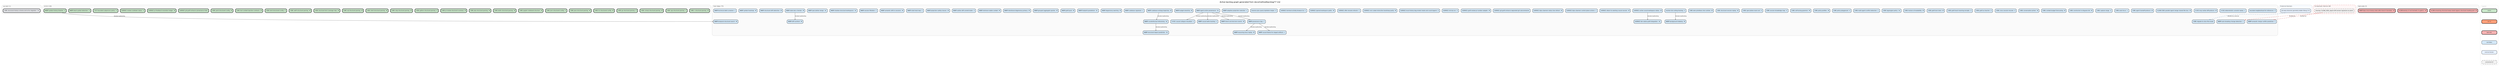
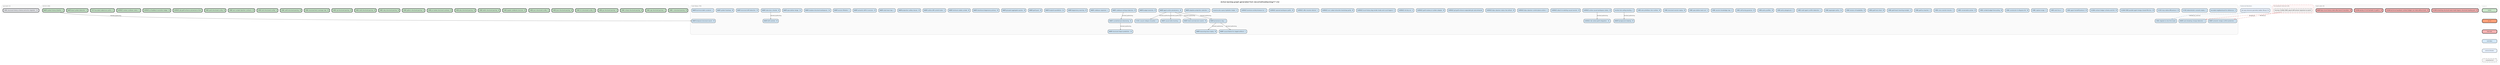
digraph backlog {
  rankdir=TB
  fontname="Helvetica"
  label="Active backlog graph generated from docs/method/backlog/*/*.md"
  labelloc=t
  fontsize=12
  node [shape=box style="rounded,filled" fontname="Helvetica" fontsize=8 margin="0.1,0.05" height=0.35]
  edge [color="#666666" arrowsize=0.5 fontname="Helvetica" fontsize=7]
  newrank=true
  ranksep=0.55
  nodesep=0.2

  subgraph cluster_up_next {
    label="up-next (1)" labeljust=l fontsize=9 fontcolor="#555555"
    style=rounded color="#cccccc" bgcolor="#fafafa"
    up_next_CORE_structural_history_schema_and_echo_migration [label="CORE-structural-history-schema-and-echo-migration - XL" fillcolor="#E5E7EB" penwidth=2]
  }

  subgraph cluster_v0_8_0 {
    label="v0.8.0 (26)" labeljust=l fontsize=9 fontcolor="#555555"
    style=rounded color="#cccccc" bgcolor="#fafafa"
    v0_8_0_CORE_c_structural_parsing [label="CORE-c-structural-parsing - M" fillcolor="#C8E6C9" penwidth=2]
    v0_8_0_CORE_cpp_structural_parsing [label="CORE-cpp-structural-parsing - L" fillcolor="#C8E6C9" penwidth=2]
    v0_8_0_CORE_csharp_structural_parsing [label="CORE-csharp-structural-parsing - M" fillcolor="#C8E6C9" penwidth=2]
    v0_8_0_CORE_go_structural_parsing [label="CORE-go-structural-parsing - S" fillcolor="#C8E6C9" penwidth=2]
    v0_8_0_CORE_hcl_structured_config [label="CORE-hcl-structured-config - M" fillcolor="#C8E6C9" penwidth=2]
    v0_8_0_CORE_java_structural_parsing [label="CORE-java-structural-parsing - M" fillcolor="#C8E6C9" penwidth=2]
    v0_8_0_CORE_json_structured_config [label="CORE-json-structured-config - S" fillcolor="#C8E6C9" penwidth=2]
    v0_8_0_CORE_jupyter_notebook_structure [label="CORE-jupyter-notebook-structure - M" fillcolor="#C8E6C9" penwidth=2]
    v0_8_0_CORE_kotlin_structural_parsing [label="CORE-kotlin-structural-parsing - M" fillcolor="#C8E6C9" penwidth=2]
    v0_8_0_CORE_php_structural_parsing [label="CORE-php-structural-parsing - M" fillcolor="#C8E6C9" penwidth=2]
    v0_8_0_CORE_pr_review_structural_summary [label="CORE-pr-review-structural-summary - M" fillcolor="#C8E6C9" penwidth=2]
    v0_8_0_CORE_python_structural_parsing [label="CORE-python-structural-parsing - S" fillcolor="#C8E6C9" penwidth=2]
    v0_8_0_CORE_ruby_structural_parsing [label="CORE-ruby-structural-parsing - M" fillcolor="#C8E6C9" penwidth=2]
    v0_8_0_CORE_shell_structural_parsing [label="CORE-shell-structural-parsing - M" fillcolor="#C8E6C9" penwidth=2]
    v0_8_0_CORE_sql_structural_parsing [label="CORE-sql-structural-parsing - M" fillcolor="#C8E6C9" penwidth=2]
    v0_8_0_CORE_structural_test_coverage_map [label="CORE-structural-test-coverage-map - M" fillcolor="#C8E6C9" penwidth=2]
    v0_8_0_CORE_swift_structural_parsing [label="CORE-swift-structural-parsing - M" fillcolor="#C8E6C9" penwidth=2]
    v0_8_0_CORE_toml_structured_config [label="CORE-toml-structured-config - S" fillcolor="#C8E6C9" penwidth=2]
    v0_8_0_CORE_tool_context_injection_contracts [label="CORE-tool-context-injection-contracts - M" fillcolor="#C8E6C9" penwidth=2]
    v0_8_0_CORE_yaml_structured_config [label="CORE-yaml-structured-config - M" fillcolor="#C8E6C9" penwidth=2]
    v0_8_0_SURFACE_git_graft_enhance_provenance_hints [label="SURFACE-git-graft-enhance-provenance-hints" fillcolor="#C8E6C9" penwidth=2]
    v0_8_0_SURFACE_pr_feedback_resolution_ledger [label="SURFACE-pr-feedback-resolution-ledger - M" fillcolor="#C8E6C9" penwidth=2]
    v0_8_0_SURFACE_review_cooldown_status [label="SURFACE-review-cooldown-status - S" fillcolor="#C8E6C9" penwidth=2]
    v0_8_0_TEST_bounded_subprocess_policy [label="TEST-bounded-subprocess-policy - S" fillcolor="#C8E6C9" penwidth=2]
    v0_8_0_WARP_dead_symbol_detection [label="WARP-dead-symbol-detection - S" fillcolor="#C8E6C9" penwidth=2]
    v0_8_0_WARP_symbol_history_timeline [label="WARP-symbol-history-timeline - S" fillcolor="#C8E6C9" penwidth=2]
  }

  subgraph cluster_bad_code {
-     label="bad-code (3)" labeljust=l fontsize=9 fontcolor="#555555"
+     label="bad-code (4)" labeljust=l fontsize=9 fontcolor="#555555"
    style=rounded color="#cccccc" bgcolor="#fafafa"
    bad_code_CLEAN_remaining_structural_warp_reads_bypass_structural_reading_port [label="CLEAN-remaining-structural-warp-reads-bypass-structural-reading-port - M" fillcolor="#F6B3B3" penwidth=2]
+     bad_code_CLEAN_technical_teardown_contract_ledger_can_stale_without_tests [label="CLEAN-technical-teardown-contract-ledger-can-stale-without-tests - M" fillcolor="#F6B3B3" penwidth=2]
    bad_code_CLEAN_wesley_cli_not_hermetic_in_graft_ci [label="CLEAN-wesley-cli-not-hermetic-in-graft-ci - M" fillcolor="#F6B3B3" penwidth=2]
    bad_code_WARP_bijou_local_history_stale_after_branch_transition [label="WARP-bijou-local-history-stale-after-branch-transition - M" fillcolor="#F6B3B3" penwidth=2]
  }

  subgraph cluster_cool_ideas {
-     label="Cool Ideas (75)" labeljust=l fontsize=9 fontcolor="#555555"
+     label="Cool Ideas (76)" labeljust=l fontsize=9 fontcolor="#555555"
    style=rounded color="#cccccc" bgcolor="#fafafa"
    cool_ideas_bounded_neighborhood_for_references [label="bounded-neighborhood-for-references - S" fillcolor="#D4E8F7" penwidth=1]
    cool_ideas_CI_001_causal_collapse_visualizer [label="CI-001-causal-collapse-visualizer - L" fillcolor="#D4E8F7" penwidth=1]
    cool_ideas_CI_002_deterministic_scenario_replay [label="CI-002-deterministic-scenario-replay - L" fillcolor="#D4E8F7" penwidth=1]
    cool_ideas_CI_003_mcp_native_diff_protocol [label="CI-003-mcp-native-diff-protocol - M" fillcolor="#D4E8F7" penwidth=1]
    cool_ideas_CLEAN_CODE_parallel_agent_merge_shared_file_loss [label="CLEAN-CODE-parallel-agent-merge-shared-file-loss - M" fillcolor="#D4E8F7" penwidth=1]
+     cool_ideas_CLEAN_contract_ledger_schema_and_lint [label="CLEAN-contract-ledger-schema-and-lint - M" fillcolor="#D4E8F7" penwidth=1]
    cool_ideas_CORE_agent_handoff_protocol [label="CORE-agent-handoff-protocol - M" fillcolor="#D4E8F7" penwidth=1]
    cool_ideas_CORE_auto_focus [label="CORE-auto-focus - L" fillcolor="#D4E8F7" penwidth=1]
    cool_ideas_CORE_capture_range [label="CORE-capture-range - S" fillcolor="#D4E8F7" penwidth=1]
    cool_ideas_CORE_constructor_in_disguise_lint [label="CORE-constructor-in-disguise-lint - M" fillcolor="#D4E8F7" penwidth=1]
    cool_ideas_CORE_context_budget_forecasting [label="CORE-context-budget-forecasting - M" fillcolor="#D4E8F7" penwidth=1]
    cool_ideas_CORE_conversation_primer [label="CORE-conversation-primer - M" fillcolor="#D4E8F7" penwidth=1]
    cool_ideas_CORE_cross_session_resume [label="CORE-cross-session-resume - S" fillcolor="#D4E8F7" penwidth=1]
    cool_ideas_CORE_graft_as_teacher [label="CORE-graft-as-teacher - S" fillcolor="#D4E8F7" penwidth=1]
    cool_ideas_CORE_graft_teach_learning_receipts [label="CORE-graft-teach-learning-receipts - S" fillcolor="#D4E8F7" penwidth=1]
    cool_ideas_CORE_graft_tool_client [label="CORE-graft-tool-client - M" fillcolor="#D4E8F7" penwidth=1]
    cool_ideas_CORE_horizon_of_readability [label="CORE-horizon-of-readability - M" fillcolor="#D4E8F7" penwidth=1]
    cool_ideas_CORE_lagrangian_policy [label="CORE-lagrangian-policy - XL" fillcolor="#D4E8F7" penwidth=1]
    cool_ideas_CORE_migrate_to_slice_first_reads [label="CORE-migrate-to-slice-first-reads" fillcolor="#D4E8F7" penwidth=1]
    cool_ideas_CORE_multi_agent_conflict_detection [label="CORE-multi-agent-conflict-detection - L" fillcolor="#D4E8F7" penwidth=1]
    cool_ideas_CORE_policy_playground [label="CORE-policy-playground - S" fillcolor="#D4E8F7" penwidth=1]
    cool_ideas_CORE_policy_profiles [label="CORE-policy-profiles - M" fillcolor="#D4E8F7" penwidth=1]
    cool_ideas_CORE_self_tuning_governor [label="CORE-self-tuning-governor - M" fillcolor="#D4E8F7" penwidth=1]
    cool_ideas_CORE_session_knowledge_map [label="CORE-session-knowledge-map - S" fillcolor="#D4E8F7" penwidth=1]
    cool_ideas_CORE_speculative_read_cost [label="CORE-speculative-read-cost - S" fillcolor="#D4E8F7" penwidth=1]
    cool_ideas_CORE_structural_session_replay [label="CORE-structural-session-replay - M" fillcolor="#D4E8F7" penwidth=1]
    cool_ideas_CORE_wire_primitives_into_runtime [label="CORE-wire-primitives-into-runtime - M" fillcolor="#D4E8F7" penwidth=1]
    cool_ideas_monitor_tick_ceiling_tracking [label="monitor-tick-ceiling-tracking - S" fillcolor="#D4E8F7" penwidth=1]
    cool_ideas_SURFACE_active_causal_workspace_status [label="SURFACE-active-causal-workspace-status - M" fillcolor="#D4E8F7" penwidth=1]
    cool_ideas_SURFACE_attach_to_existing_causal_session [label="SURFACE-attach-to-existing-causal-session - M" fillcolor="#D4E8F7" penwidth=1]
    cool_ideas_SURFACE_bijou_daemon_control_plane_actions [label="SURFACE-bijou-daemon-control-plane-actions - L" fillcolor="#D4E8F7" penwidth=1]
    cool_ideas_SURFACE_bijou_daemon_status_live_refresh [label="SURFACE-bijou-daemon-status-live-refresh - M" fillcolor="#D4E8F7" penwidth=1]
    cool_ideas_SURFACE_git_graft_enhance_expanded_git_subcommands [label="SURFACE-git-graft-enhance-expanded-git-subcommands" fillcolor="#D4E8F7" penwidth=1]
    cool_ideas_SURFACE_graft_review_pr_number_adapter [label="SURFACE-graft-review-pr-number-adapter - M" fillcolor="#D4E8F7" penwidth=1]
    cool_ideas_SURFACE_ide_native_graft_integration [label="SURFACE-ide-native-graft-integration - XL" fillcolor="#D4E8F7" penwidth=1]
    cool_ideas_SURFACE_init_dry_run [label="SURFACE-init-dry-run - S" fillcolor="#D4E8F7" penwidth=1]
    cool_ideas_SURFACE_local_history_dag_render_mode_and_count_legend [label="SURFACE-local-history-dag-render-mode-and-count-legend - S" fillcolor="#D4E8F7" penwidth=1]
    cool_ideas_SURFACE_non_codex_instruction_bootstrap_parity [label="SURFACE-non-codex-instruction-bootstrap-parity - M" fillcolor="#D4E8F7" penwidth=1]
    cool_ideas_SURFACE_offer_rename_refactor [label="SURFACE-offer-rename-refactor - L" fillcolor="#D4E8F7" penwidth=1]
    cool_ideas_SURFACE_opened_workspace_paths [label="SURFACE-opened-workspace-paths - M" fillcolor="#D4E8F7" penwidth=1]
    cool_ideas_SURFACE_terminal_activity_browser_tui [label="SURFACE-terminal-activity-browser-tui - L" fillcolor="#D4E8F7" penwidth=1]
    cool_ideas_traverse_plus_query_hydration_helper [label="traverse-plus-query-hydration-helper - S" fillcolor="#D4E8F7" penwidth=1]
    cool_ideas_WARP_adaptive_projection_selection [label="WARP-adaptive-projection-selection - L" fillcolor="#D4E8F7" penwidth=1]
    cool_ideas_WARP_agent_action_provenance [label="WARP-agent-action-provenance - XL" fillcolor="#D4E8F7" penwidth=1]
    cool_ideas_WARP_auto_breaking_change_detection [label="WARP-auto-breaking-change-detection - L" fillcolor="#D4E8F7" penwidth=1]
    cool_ideas_WARP_background_indexing [label="WARP-background-indexing - M" fillcolor="#D4E8F7" penwidth=1]
    cool_ideas_WARP_budget_elasticity [label="WARP-budget-elasticity - M" fillcolor="#D4E8F7" penwidth=1]
    cool_ideas_WARP_causal_blame_for_staged_artifacts [label="WARP-causal-blame-for-staged-artifacts - L" fillcolor="#D4E8F7" penwidth=1]
    cool_ideas_WARP_causal_write_tracking [label="WARP-causal-write-tracking - L" fillcolor="#D4E8F7" penwidth=1]
    cool_ideas_WARP_codebase_entropy_trajectory [label="WARP-codebase-entropy-trajectory - M" fillcolor="#D4E8F7" penwidth=1]
    cool_ideas_WARP_codebase_signature [label="WARP-codebase-signature - L" fillcolor="#D4E8F7" penwidth=1]
    cool_ideas_WARP_counterfactual_refactoring [label="WARP-counterfactual-refactoring - XL" fillcolor="#D4E8F7" penwidth=1]
    cool_ideas_WARP_degeneracy_warning [label="WARP-degeneracy-warning - M" fillcolor="#D4E8F7" penwidth=1]
    cool_ideas_WARP_drift_sentinel [label="WARP-drift-sentinel - M" fillcolor="#D4E8F7" penwidth=1]
    cool_ideas_WARP_footprint_parallelism [label="WARP-footprint-parallelism - XL" fillcolor="#D4E8F7" penwidth=1]
    cool_ideas_WARP_graft_pack [label="WARP-graft-pack - M" fillcolor="#D4E8F7" penwidth=1]
    cool_ideas_WARP_grouped_aggregate_queries [label="WARP-grouped-aggregate-queries - M" fillcolor="#D4E8F7" penwidth=1]
    cool_ideas_WARP_intent_and_decision_events [label="WARP-intent-and-decision-events - M" fillcolor="#D4E8F7" penwidth=1]
    cool_ideas_WARP_intentional_degeneracy_privacy [label="WARP-intentional-degeneracy-privacy - M" fillcolor="#D4E8F7" penwidth=1]
    cool_ideas_WARP_minimum_viable_context [label="WARP-minimum-viable-context - M" fillcolor="#D4E8F7" penwidth=1]
    cool_ideas_WARP_outline_diff_commit_trailer [label="WARP-outline-diff-commit-trailer - S" fillcolor="#D4E8F7" penwidth=1]
    cool_ideas_WARP_projection_safety_classes [label="WARP-projection-safety-classes - M" fillcolor="#D4E8F7" penwidth=1]
    cool_ideas_WARP_provenance_dag [label="WARP-provenance-dag - L" fillcolor="#D4E8F7" penwidth=1]
    cool_ideas_WARP_reasoning_trace_replay [label="WARP-reasoning-trace-replay - M" fillcolor="#D4E8F7" penwidth=1]
    cool_ideas_WARP_rulial_heat_map [label="WARP-rulial-heat-map - L" fillcolor="#D4E8F7" penwidth=1]
    cool_ideas_WARP_semantic_drift_in_sessions [label="WARP-semantic-drift-in-sessions - M" fillcolor="#D4E8F7" penwidth=1]
    cool_ideas_WARP_semantic_merge_conflict_prediction [label="WARP-semantic-merge-conflict-prediction - L" fillcolor="#D4E8F7" penwidth=1]
    cool_ideas_WARP_session_filtration [label="WARP-session-filtration - L" fillcolor="#D4E8F7" penwidth=1]
    cool_ideas_WARP_shadow_structural_workspaces [label="WARP-shadow-structural-workspaces - XL" fillcolor="#D4E8F7" penwidth=1]
    cool_ideas_WARP_speculative_merge [label="WARP-speculative-merge - XL" fillcolor="#D4E8F7" penwidth=1]
    cool_ideas_WARP_stale_docs_checker [label="WARP-stale-docs-checker - M" fillcolor="#D4E8F7" penwidth=1]
    cool_ideas_WARP_structural_drift_detection [label="WARP-structural-drift-detection - M" fillcolor="#D4E8F7" penwidth=1]
    cool_ideas_WARP_structural_impact_prediction [label="WARP-structural-impact-prediction - XL" fillcolor="#D4E8F7" penwidth=1]
    cool_ideas_WARP_symbol_heatmap [label="WARP-symbol-heatmap - M" fillcolor="#D4E8F7" penwidth=1]
    cool_ideas_WARP_technical_debt_curvature [label="WARP-technical-debt-curvature - L" fillcolor="#D4E8F7" penwidth=1]
    cool_ideas_WARP_temporal_structural_search [label="WARP-temporal-structural-search - M" fillcolor="#D4E8F7" penwidth=1]
  }

  subgraph cluster_external {
    label="External blockers" labeljust=l fontsize=9 fontcolor="#555555"
    style=rounded color="#cccccc" bgcolor="#f8fbff"
    external_git_warp_observer_geometry_ladder__Rung_2_4_ [label="git-warp observer geometry ladder (Rung 2-4)" fillcolor="#E8F2FF" penwidth=1]
  }

  subgraph cluster_unresolved {
    label="Unresolved internal refs" labeljust=l fontsize=9 fontcolor="#555555"
    style="rounded,dashed" color="#cc3333" bgcolor="#fff7f7"
    unresolved_CLEAN_CODE_export_diff_semver_signature_as_patch [label="missing: CLEAN_CODE_export-diff-semver-signature-as-patch" fillcolor="#F2F2F2" penwidth=1 style="rounded,dashed,filled"]
  }

  cool_ideas_monitor_tick_ceiling_tracking -> cool_ideas_WARP_background_indexing [label="blocked_by/blocking"]
  cool_ideas_SURFACE_active_causal_workspace_status -> cool_ideas_SURFACE_ide_native_graft_integration [label="blocked_by/blocking"]
  cool_ideas_WARP_agent_action_provenance -> cool_ideas_CI_001_causal_collapse_visualizer [label="blocked_by/blocking"]
  cool_ideas_WARP_agent_action_provenance -> cool_ideas_WARP_causal_write_tracking [label="blocked_by/blocking"]
  cool_ideas_WARP_agent_action_provenance -> cool_ideas_WARP_intent_and_decision_events [label="blocked_by/blocking"]
  cool_ideas_WARP_agent_action_provenance -> cool_ideas_WARP_provenance_dag [label="blocked_by/blocking"]
  cool_ideas_WARP_codebase_entropy_trajectory -> cool_ideas_WARP_counterfactual_refactoring [label="blocked_by/blocking"]
  cool_ideas_WARP_counterfactual_refactoring -> cool_ideas_WARP_structural_impact_prediction [label="blocked_by/blocking"]
  cool_ideas_WARP_provenance_dag -> cool_ideas_WARP_causal_blame_for_staged_artifacts [label="blocked_by/blocking"]
  cool_ideas_WARP_provenance_dag -> cool_ideas_WARP_reasoning_trace_replay [label="blocked_by/blocking"]
  cool_ideas_WARP_stale_docs_checker -> cool_ideas_WARP_drift_sentinel [label="blocked_by/blocking"]
  external_git_warp_observer_geometry_ladder__Rung_2_4_ -> cool_ideas_CORE_migrate_to_slice_first_reads [label="blocked_by_external" style=dashed color="#4477AA"]
  unresolved_CLEAN_CODE_export_diff_semver_signature_as_patch -> cool_ideas_WARP_auto_breaking_change_detection [label="blocked_by" style=dashed color="#CC3333"]
  unresolved_CLEAN_CODE_export_diff_semver_signature_as_patch -> cool_ideas_WARP_semantic_merge_conflict_prediction [label="blocked_by" style=dashed color="#CC3333"]
  v0_8_0_WARP_symbol_history_timeline -> cool_ideas_WARP_temporal_structural_search [label="blocked_by/blocking"]

  subgraph cluster_legend {
    label="Legend" labeljust=l fontsize=8 fontcolor="#aaaaaa"
    style=rounded color="#dddddd"
    node [fontsize=7 width=1.4]
    leg_v08 [label="v0.8.0" fillcolor="#C8E6C9" penwidth=2]
    leg_v07 [label="v0.7.0" fillcolor="#FFA07A" penwidth=2]
    leg_bad [label="bad-code" fillcolor="#F6B3B3" penwidth=2]
    leg_idea [label="cool-ideas" fillcolor="#D4E8F7" penwidth=1]
    leg_external [label="external blocker" fillcolor="#E8F2FF" penwidth=1]
    leg_unresolved [label="unresolved ref" fillcolor="#F2F2F2" penwidth=1 style="rounded,dashed,filled"]
    leg_v08 -> leg_v07 [style=invis]
    leg_v07 -> leg_bad [style=invis]
    leg_bad -> leg_idea [style=invis]
    leg_idea -> leg_external [style=invis]
    leg_external -> leg_unresolved [style=invis]
  }
}
